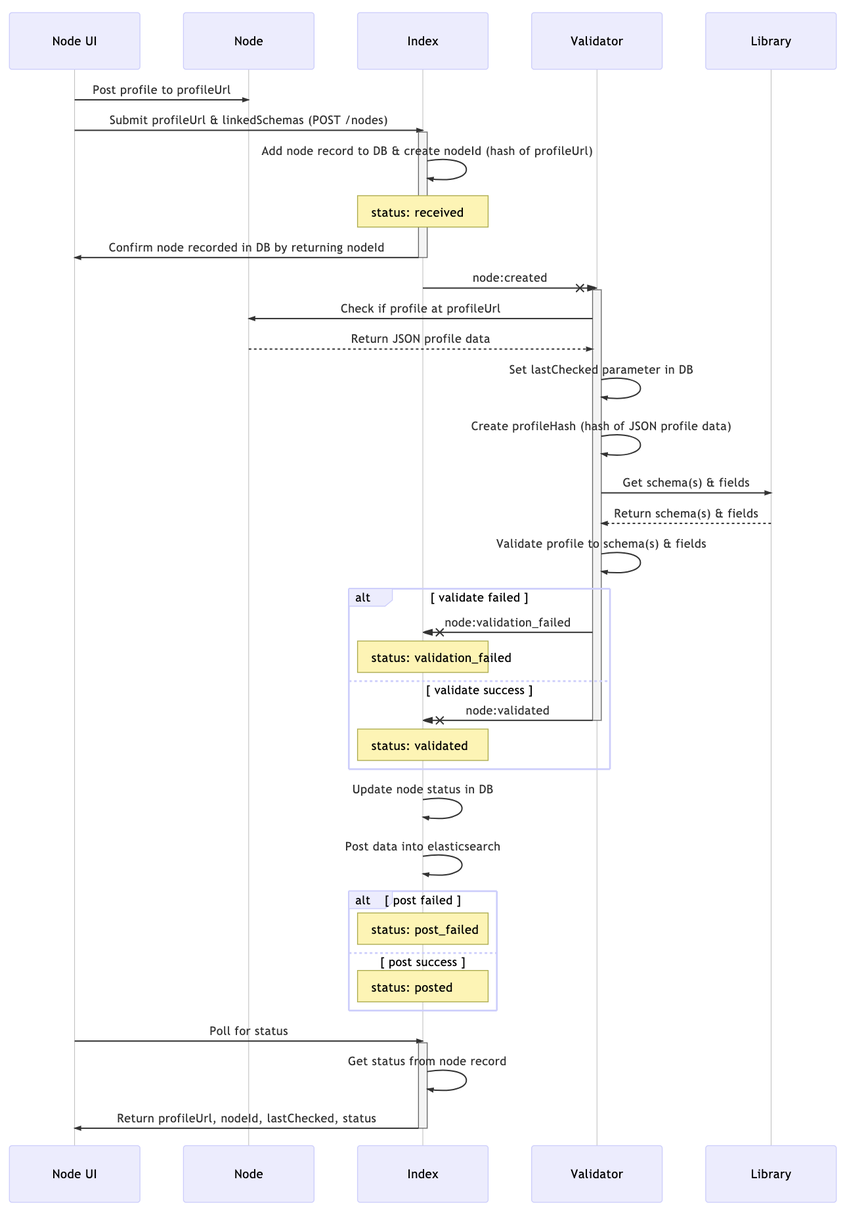
The Mermaid diagram api-index-v1-1.png in MurmurationsNetwork/MurmurationsProtocol, before a commit. Its source is kept beside it as api-index-v1-1.mmd. Its diagram source:
```mermaid
sequenceDiagram
    participant Node UI
    participant Node
    participant Index
    participant Validator
    participant Library

    Node UI->>Node: Post profile to profileUrl
    Node UI->>+Index: Submit profileUrl & linkedSchemas (POST /nodes)
    Index->>Index: Add node record to DB & create nodeId (hash of profileUrl)
    Note over Index: status: received
    Index->>-Node UI: Confirm node recorded in DB by returning nodeId
    Index-x+Validator: node:created
    Validator->>Node: Check if profile at profileUrl
    Node-->>Validator: Return JSON profile data
    Validator->>Validator: Set lastChecked parameter in DB
    Validator->>Validator: Create profileHash (hash of JSON profile data)
    Validator->>Library: Get schema(s) & fields
    Library-->>Validator: Return schema(s) & fields
    Validator->>Validator: Validate profile to schema(s) & fields
    alt validate failed
    Validator-xIndex: node:validation_failed
    Note over Index: status: validation_failed
    else validate success
    Validator-x-Index: node:validated
    Note over Index: status: validated
    end
    Index->>Index: Update node status in DB

    Index->>Index: Post data into elasticsearch
    alt post failed
    Note over Index: status: post_failed
    else post success
    Note over Index: status: posted
    end
    Node UI->>+Index: Poll for status
    Index->>Index: Get status from node record
    Index->>-Node UI: Return profileUrl, nodeId, lastChecked, status
```
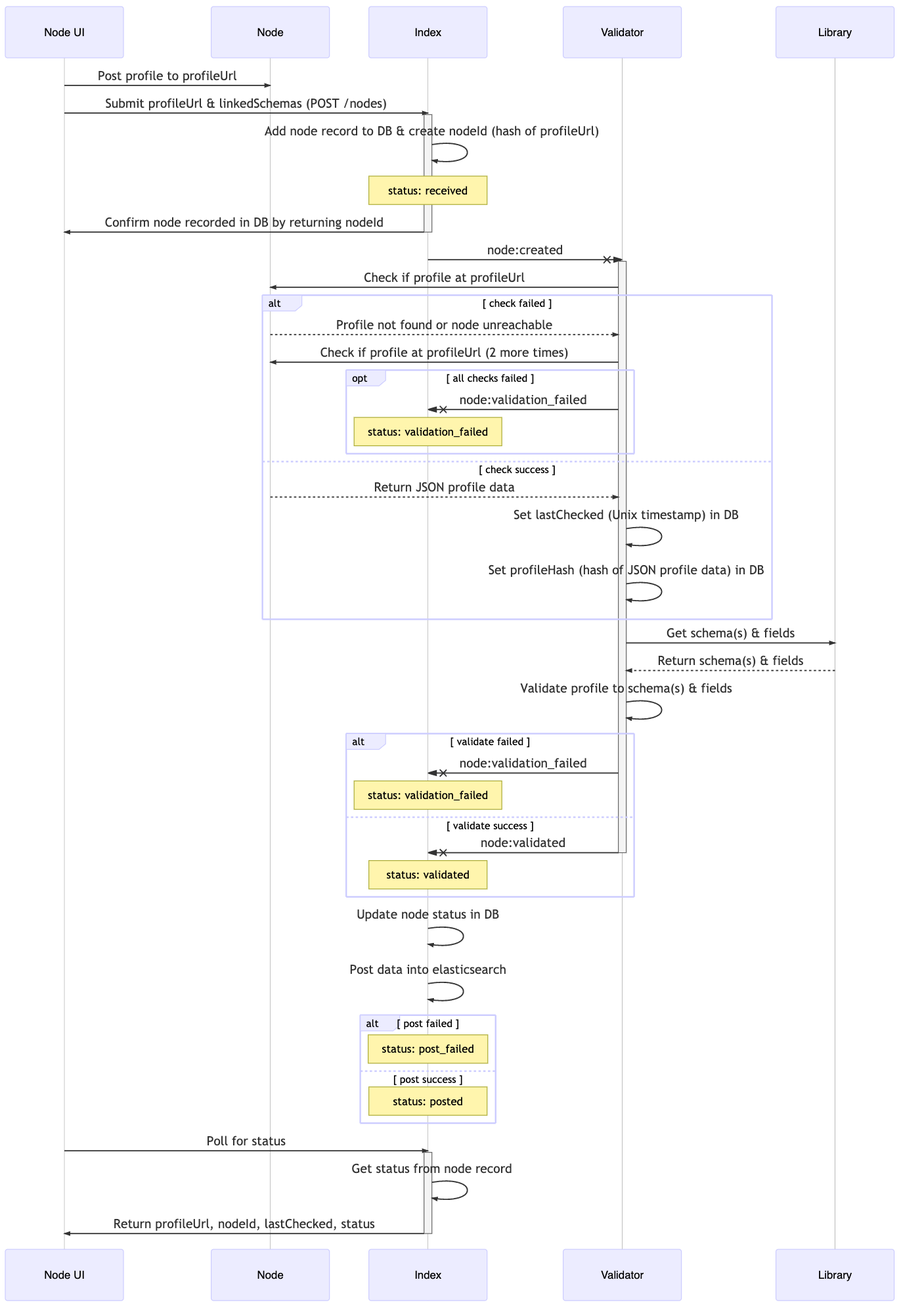
After the commit.

What changed in the source:
```diff
@@ -12,9 +12,18 @@
     Index->>-Node UI: Confirm node recorded in DB by returning nodeId
     Index-x+Validator: node:created
     Validator->>Node: Check if profile at profileUrl
+    alt check failed
+    Node-->>Validator: Profile not found or node unreachable
+    Validator->>Node: Check if profile at profileUrl (2 more times)
+    opt all checks failed
+    Validator-xIndex: node:validation_failed
+    Note over Index: status: validation_failed
+    end
+    else check success
     Node-->>Validator: Return JSON profile data
-    Validator->>Validator: Set lastChecked parameter in DB
-    Validator->>Validator: Create profileHash (hash of JSON profile data)
+    Validator->>Validator: Set lastChecked (Unix timestamp) in DB
+    Validator->>Validator: Set profileHash (hash of JSON profile data) in DB
+    end
     Validator->>Library: Get schema(s) & fields
     Library-->>Validator: Return schema(s) & fields
     Validator->>Validator: Validate profile to schema(s) & fields
@@ -26,7 +35,6 @@
     Note over Index: status: validated
     end
     Index->>Index: Update node status in DB
-
     Index->>Index: Post data into elasticsearch
     alt post failed
     Note over Index: status: post_failed
```
